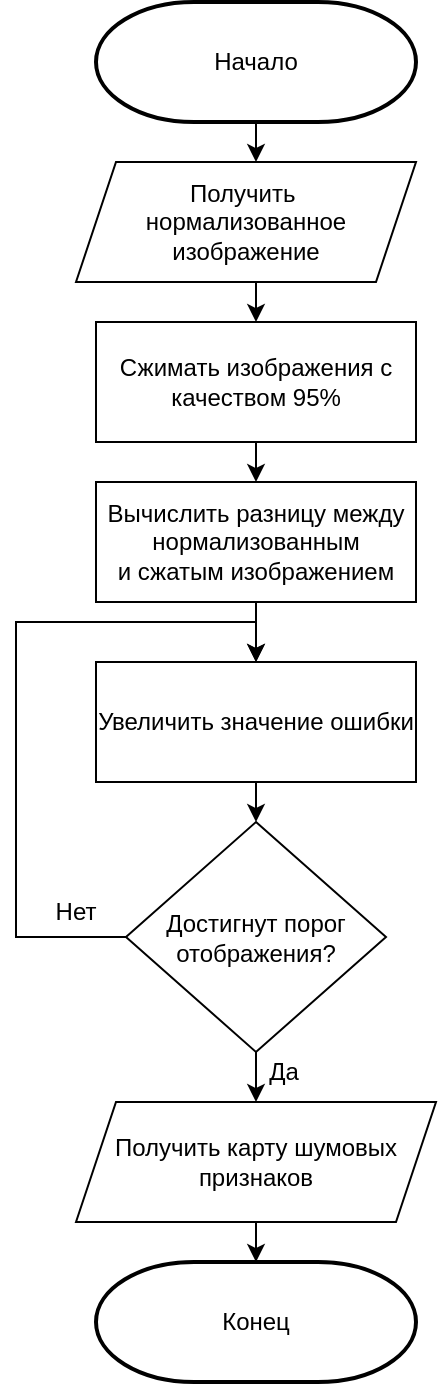
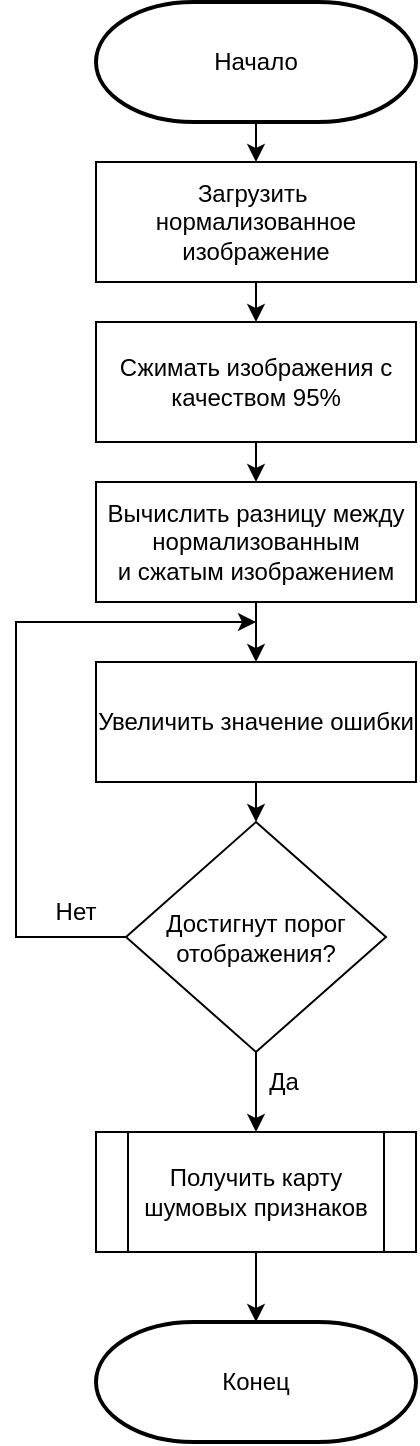
<mxfile host="app.diagrams.net" pages="8">
  <diagram name="Page-1" id="5f_jr6UWxS-_6FZO3qs_">
-     <mxGraphModel dx="930" dy="546" grid="1" gridSize="10" guides="1" tooltips="1" connect="1" arrows="1" fold="1" page="1" pageScale="1" pageWidth="827" pageHeight="1169" math="0" shadow="0">
+     <mxGraphModel dx="642" dy="377" grid="1" gridSize="10" guides="1" tooltips="1" connect="1" arrows="1" fold="1" page="1" pageScale="1" pageWidth="827" pageHeight="1169" math="0" shadow="0">
      <root>
        <mxCell id="0" />
        <mxCell id="1" parent="0" />
        <mxCell id="iaA5_6DPOr1e64id2T_v-5" edge="1" parent="1" source="iaA5_6DPOr1e64id2T_v-1" style="edgeStyle=orthogonalEdgeStyle;rounded=0;orthogonalLoop=1;jettySize=auto;html=1;exitX=0.5;exitY=1;exitDx=0;exitDy=0;exitPerimeter=0;entryX=0.5;entryY=0;entryDx=0;entryDy=0;">
          <mxGeometry relative="1" as="geometry">
            <mxPoint x="400" y="100" as="targetPoint" />
          </mxGeometry>
        </mxCell>
        <mxCell id="iaA5_6DPOr1e64id2T_v-1" parent="1" style="strokeWidth=2;html=1;shape=mxgraph.flowchart.terminator;whiteSpace=wrap;" value="Начало" vertex="1">
          <mxGeometry height="60" width="160" x="320" y="20" as="geometry" />
        </mxCell>
        <mxCell id="iaA5_6DPOr1e64id2T_v-2" parent="1" style="strokeWidth=2;html=1;shape=mxgraph.flowchart.terminator;whiteSpace=wrap;" value="Конец" vertex="1">
-           <mxGeometry height="60" width="160" x="320" y="650" as="geometry" />
+           <mxGeometry height="60" width="160" x="320" y="680" as="geometry" />
        </mxCell>
        <mxCell id="iaA5_6DPOr1e64id2T_v-11" edge="1" parent="1" style="edgeStyle=orthogonalEdgeStyle;rounded=0;orthogonalLoop=1;jettySize=auto;html=1;exitX=0.5;exitY=1;exitDx=0;exitDy=0;entryX=0.5;entryY=0;entryDx=0;entryDy=0;" target="iaA5_6DPOr1e64id2T_v-6">
          <mxGeometry relative="1" as="geometry">
            <mxPoint x="400" y="160" as="sourcePoint" />
          </mxGeometry>
        </mxCell>
        <mxCell id="iaA5_6DPOr1e64id2T_v-12" edge="1" parent="1" source="iaA5_6DPOr1e64id2T_v-6" style="edgeStyle=orthogonalEdgeStyle;rounded=0;orthogonalLoop=1;jettySize=auto;html=1;exitX=0.5;exitY=1;exitDx=0;exitDy=0;entryX=0.5;entryY=0;entryDx=0;entryDy=0;" target="iaA5_6DPOr1e64id2T_v-7">
          <mxGeometry relative="1" as="geometry" />
        </mxCell>
        <mxCell id="iaA5_6DPOr1e64id2T_v-6" parent="1" style="rounded=0;whiteSpace=wrap;html=1;" value="Сжимать изображения с качеством 95%" vertex="1">
          <mxGeometry height="60" width="160" x="320" y="180" as="geometry" />
        </mxCell>
        <mxCell id="iaA5_6DPOr1e64id2T_v-13" edge="1" parent="1" source="iaA5_6DPOr1e64id2T_v-7" style="edgeStyle=orthogonalEdgeStyle;rounded=0;orthogonalLoop=1;jettySize=auto;html=1;exitX=0.5;exitY=1;exitDx=0;exitDy=0;entryX=0.5;entryY=0;entryDx=0;entryDy=0;" target="iaA5_6DPOr1e64id2T_v-8">
          <mxGeometry relative="1" as="geometry" />
        </mxCell>
        <mxCell id="iaA5_6DPOr1e64id2T_v-7" parent="1" style="rounded=0;whiteSpace=wrap;html=1;" value="Вычислить разницу между нормализованным и&amp;nbsp;сжатым изображением" vertex="1">
          <mxGeometry height="60" width="160" x="320" y="260" as="geometry" />
        </mxCell>
        <mxCell id="iaA5_6DPOr1e64id2T_v-14" edge="1" parent="1" source="iaA5_6DPOr1e64id2T_v-8" style="edgeStyle=orthogonalEdgeStyle;rounded=0;orthogonalLoop=1;jettySize=auto;html=1;exitX=0.5;exitY=1;exitDx=0;exitDy=0;entryX=0.5;entryY=0;entryDx=0;entryDy=0;" target="iaA5_6DPOr1e64id2T_v-9">
          <mxGeometry relative="1" as="geometry" />
        </mxCell>
        <mxCell id="iaA5_6DPOr1e64id2T_v-8" parent="1" style="rounded=0;whiteSpace=wrap;html=1;" value="Увеличить значение ошибки" vertex="1">
          <mxGeometry height="60" width="160" x="320" y="350" as="geometry" />
        </mxCell>
-         <mxCell id="fFi83JusMAsFYEfJsfWx-3" edge="1" parent="1" source="iaA5_6DPOr1e64id2T_v-9" style="edgeStyle=orthogonalEdgeStyle;rounded=0;orthogonalLoop=1;jettySize=auto;html=1;exitX=0;exitY=0.5;exitDx=0;exitDy=0;entryX=0.5;entryY=0;entryDx=0;entryDy=0;" target="iaA5_6DPOr1e64id2T_v-8">
+         <mxCell id="fFi83JusMAsFYEfJsfWx-3" edge="1" parent="1" source="iaA5_6DPOr1e64id2T_v-9" style="edgeStyle=orthogonalEdgeStyle;rounded=0;orthogonalLoop=1;jettySize=auto;html=1;exitX=0;exitY=0.5;exitDx=0;exitDy=0;">
          <mxGeometry relative="1" as="geometry">
            <Array as="points">
              <mxPoint x="280" y="488" />
              <mxPoint x="280" y="330" />
              <mxPoint x="400" y="330" />
            </Array>
-           </mxGeometry>
-         </mxCell>
-         <mxCell id="_60QoEdE0RUo_zQ3NTjl-1" edge="1" parent="1" source="iaA5_6DPOr1e64id2T_v-9" style="edgeStyle=orthogonalEdgeStyle;rounded=0;orthogonalLoop=1;jettySize=auto;html=1;" target="fFi83JusMAsFYEfJsfWx-1" value="">
-           <mxGeometry relative="1" as="geometry" />
+             <mxPoint x="400" y="330" as="targetPoint" />
+           </mxGeometry>
+         </mxCell>
+         <mxCell id="_60QoEdE0RUo_zQ3NTjl-1" edge="1" parent="1" source="iaA5_6DPOr1e64id2T_v-9" style="edgeStyle=orthogonalEdgeStyle;rounded=0;orthogonalLoop=1;jettySize=auto;html=1;entryX=0.5;entryY=0;entryDx=0;entryDy=0;" target="MfZH6rPEgTCvWtTArBNZ-2" value="">
+           <mxGeometry relative="1" as="geometry">
+             <mxPoint x="400" y="570" as="targetPoint" />
+           </mxGeometry>
        </mxCell>
        <mxCell id="iaA5_6DPOr1e64id2T_v-9" parent="1" style="rhombus;whiteSpace=wrap;html=1;" value="Достигнут порог отображения?" vertex="1">
          <mxGeometry height="115" width="130" x="335" y="430" as="geometry" />
        </mxCell>
-         <mxCell id="iaA5_6DPOr1e64id2T_v-16" edge="1" parent="1" style="edgeStyle=orthogonalEdgeStyle;rounded=0;orthogonalLoop=1;jettySize=auto;html=1;exitX=0.5;exitY=1;exitDx=0;exitDy=0;entryX=0.5;entryY=0;entryDx=0;entryDy=0;entryPerimeter=0;" target="iaA5_6DPOr1e64id2T_v-2">
+         <mxCell id="iaA5_6DPOr1e64id2T_v-16" edge="1" parent="1" source="MfZH6rPEgTCvWtTArBNZ-2" style="edgeStyle=orthogonalEdgeStyle;rounded=0;orthogonalLoop=1;jettySize=auto;html=1;exitX=0.5;exitY=1;exitDx=0;exitDy=0;entryX=0.5;entryY=0;entryDx=0;entryDy=0;entryPerimeter=0;" target="iaA5_6DPOr1e64id2T_v-2">
          <mxGeometry relative="1" as="geometry">
            <mxPoint x="400" y="615" as="sourcePoint" />
          </mxGeometry>
        </mxCell>
-         <mxCell id="fFi83JusMAsFYEfJsfWx-1" parent="1" style="shape=parallelogram;perimeter=parallelogramPerimeter;whiteSpace=wrap;html=1;fixedSize=1;" value="Получить карту шумовых признаков" vertex="1">
-           <mxGeometry height="60" width="180" x="310" y="570" as="geometry" />
-         </mxCell>
-         <mxCell id="fFi83JusMAsFYEfJsfWx-2" parent="1" style="shape=parallelogram;perimeter=parallelogramPerimeter;whiteSpace=wrap;html=1;fixedSize=1;" value="Получить&amp;nbsp;&lt;div&gt;нормализованное изображение&lt;/div&gt;" vertex="1">
-           <mxGeometry height="60" width="170" x="310" y="100" as="geometry" />
-         </mxCell>
        <mxCell id="_60QoEdE0RUo_zQ3NTjl-2" parent="1" style="text;html=1;whiteSpace=wrap;strokeColor=none;fillColor=none;align=center;verticalAlign=middle;rounded=0;" value="Да" vertex="1">
-           <mxGeometry height="30" width="60" x="384" y="540" as="geometry" />
+           <mxGeometry height="30" width="60" x="384" y="545" as="geometry" />
        </mxCell>
        <mxCell id="_60QoEdE0RUo_zQ3NTjl-3" parent="1" style="text;html=1;whiteSpace=wrap;strokeColor=none;fillColor=none;align=center;verticalAlign=middle;rounded=0;" value="Нет" vertex="1">
          <mxGeometry height="30" width="60" x="280" y="460" as="geometry" />
+         </mxCell>
+         <mxCell id="MfZH6rPEgTCvWtTArBNZ-2" parent="1" style="shape=process;whiteSpace=wrap;html=1;backgroundOutline=1;" value="Получить карту шумовых признаков" vertex="1">
+           <mxGeometry height="60" width="160" x="320" y="585" as="geometry" />
+         </mxCell>
+         <mxCell id="MfZH6rPEgTCvWtTArBNZ-3" parent="1" style="rounded=0;whiteSpace=wrap;html=1;" value="&lt;div&gt;Загрузить&amp;nbsp;&lt;/div&gt;&lt;div&gt;нормализованное изображение&lt;/div&gt;" vertex="1">
+           <mxGeometry height="60" width="160" x="320" y="100" as="geometry" />
        </mxCell>
      </root>
    </mxGraphModel>
  </diagram>
  <diagram id="vBK4sfr0m_FmbmRXdi4s" name="Page-2">
    <mxGraphModel dx="2176" dy="791" grid="1" gridSize="10" guides="1" tooltips="1" connect="1" arrows="1" fold="1" page="1" pageScale="1" pageWidth="827" pageHeight="1169" math="0" shadow="0">
      <root>
        <mxCell id="0" />
        <mxCell id="1" parent="0" />
        <mxCell id="5En8AD1KOrPb9QO5nH8u-88" edge="1" parent="1" source="5En8AD1KOrPb9QO5nH8u-56" style="edgeStyle=orthogonalEdgeStyle;rounded=0;orthogonalLoop=1;jettySize=auto;html=1;exitX=1;exitY=0.5;exitDx=0;exitDy=0;entryX=0;entryY=0.5;entryDx=0;entryDy=0;fontFamily=Times New Roman;" target="5En8AD1KOrPb9QO5nH8u-63">
          <mxGeometry relative="1" as="geometry" />
        </mxCell>
        <mxCell id="5En8AD1KOrPb9QO5nH8u-56" parent="1" style="rounded=0;whiteSpace=wrap;html=1;fontFamily=Times New Roman;" value="Блок свертки и уменьшения размерности 1" vertex="1">
          <mxGeometry height="60" width="120" x="20" y="280" as="geometry" />
        </mxCell>
        <mxCell id="5En8AD1KOrPb9QO5nH8u-89" edge="1" parent="1" source="5En8AD1KOrPb9QO5nH8u-63" style="edgeStyle=orthogonalEdgeStyle;rounded=0;orthogonalLoop=1;jettySize=auto;html=1;exitX=1;exitY=0.5;exitDx=0;exitDy=0;fontFamily=Times New Roman;" target="5En8AD1KOrPb9QO5nH8u-64">
          <mxGeometry relative="1" as="geometry" />
        </mxCell>
        <mxCell id="5En8AD1KOrPb9QO5nH8u-63" parent="1" style="rounded=0;whiteSpace=wrap;html=1;fontFamily=Times New Roman;" value="Блок свертки и уменьшения размерности 2" vertex="1">
          <mxGeometry height="60" width="120" x="170" y="280" as="geometry" />
        </mxCell>
        <mxCell id="5En8AD1KOrPb9QO5nH8u-90" edge="1" parent="1" source="5En8AD1KOrPb9QO5nH8u-64" style="edgeStyle=orthogonalEdgeStyle;rounded=0;orthogonalLoop=1;jettySize=auto;html=1;exitX=1;exitY=0.5;exitDx=0;exitDy=0;entryX=0;entryY=0.5;entryDx=0;entryDy=0;fontFamily=Times New Roman;" target="5En8AD1KOrPb9QO5nH8u-65">
          <mxGeometry relative="1" as="geometry" />
        </mxCell>
        <mxCell id="5En8AD1KOrPb9QO5nH8u-64" parent="1" style="rounded=0;whiteSpace=wrap;html=1;fontFamily=Times New Roman;" value="Блок свертки и уменьшения размерности 3" vertex="1">
          <mxGeometry height="60" width="120" x="320" y="280" as="geometry" />
        </mxCell>
        <mxCell id="5En8AD1KOrPb9QO5nH8u-91" edge="1" parent="1" source="5En8AD1KOrPb9QO5nH8u-65" style="edgeStyle=orthogonalEdgeStyle;rounded=0;orthogonalLoop=1;jettySize=auto;html=1;exitX=1;exitY=0.5;exitDx=0;exitDy=0;entryX=0;entryY=0.5;entryDx=0;entryDy=0;fontFamily=Times New Roman;" target="5En8AD1KOrPb9QO5nH8u-71">
          <mxGeometry relative="1" as="geometry" />
        </mxCell>
        <mxCell id="5En8AD1KOrPb9QO5nH8u-65" parent="1" style="rounded=0;whiteSpace=wrap;html=1;fontFamily=Times New Roman;" value="Блок свертки и уменьшения размерности 4" vertex="1">
          <mxGeometry height="60" width="120" x="470" y="280" as="geometry" />
        </mxCell>
        <mxCell id="5En8AD1KOrPb9QO5nH8u-81" edge="1" parent="1" source="5En8AD1KOrPb9QO5nH8u-66" style="edgeStyle=orthogonalEdgeStyle;rounded=0;orthogonalLoop=1;jettySize=auto;html=1;exitX=1;exitY=0.5;exitDx=0;exitDy=0;entryX=0;entryY=0.5;entryDx=0;entryDy=0;fontFamily=Times New Roman;" target="5En8AD1KOrPb9QO5nH8u-67">
          <mxGeometry relative="1" as="geometry" />
        </mxCell>
        <mxCell id="5En8AD1KOrPb9QO5nH8u-85" edge="1" parent="1" source="5En8AD1KOrPb9QO5nH8u-66" style="edgeStyle=orthogonalEdgeStyle;rounded=0;orthogonalLoop=1;jettySize=auto;html=1;exitX=1;exitY=0.5;exitDx=0;exitDy=0;entryX=0.5;entryY=0;entryDx=0;entryDy=0;fontFamily=Times New Roman;" target="5En8AD1KOrPb9QO5nH8u-76">
          <mxGeometry relative="1" as="geometry">
            <Array as="points">
              <mxPoint x="150" y="100" />
            </Array>
          </mxGeometry>
        </mxCell>
        <mxCell id="5En8AD1KOrPb9QO5nH8u-66" parent="1" style="rounded=0;whiteSpace=wrap;html=1;fontFamily=Times New Roman;" value="Блок свертки и уменьшения размерности 1" vertex="1">
          <mxGeometry height="60" width="120" x="20" y="70" as="geometry" />
        </mxCell>
        <mxCell id="5En8AD1KOrPb9QO5nH8u-82" edge="1" parent="1" source="5En8AD1KOrPb9QO5nH8u-67" style="edgeStyle=orthogonalEdgeStyle;rounded=0;orthogonalLoop=1;jettySize=auto;html=1;exitX=1;exitY=0.5;exitDx=0;exitDy=0;entryX=0;entryY=0.5;entryDx=0;entryDy=0;fontFamily=Times New Roman;" target="5En8AD1KOrPb9QO5nH8u-68">
          <mxGeometry relative="1" as="geometry" />
        </mxCell>
        <mxCell id="5En8AD1KOrPb9QO5nH8u-86" edge="1" parent="1" source="5En8AD1KOrPb9QO5nH8u-67" style="edgeStyle=orthogonalEdgeStyle;rounded=0;orthogonalLoop=1;jettySize=auto;html=1;exitX=1;exitY=0.5;exitDx=0;exitDy=0;entryX=0.5;entryY=0;entryDx=0;entryDy=0;fontFamily=Times New Roman;" target="5En8AD1KOrPb9QO5nH8u-78">
          <mxGeometry relative="1" as="geometry">
            <Array as="points">
              <mxPoint x="300" y="100" />
            </Array>
          </mxGeometry>
        </mxCell>
        <mxCell id="5En8AD1KOrPb9QO5nH8u-67" parent="1" style="rounded=0;whiteSpace=wrap;html=1;fontFamily=Times New Roman;" value="Блок свертки и уменьшения размерности 2" vertex="1">
          <mxGeometry height="60" width="120" x="170" y="70" as="geometry" />
        </mxCell>
        <mxCell id="5En8AD1KOrPb9QO5nH8u-83" edge="1" parent="1" source="5En8AD1KOrPb9QO5nH8u-68" style="edgeStyle=orthogonalEdgeStyle;rounded=0;orthogonalLoop=1;jettySize=auto;html=1;exitX=1;exitY=0.5;exitDx=0;exitDy=0;entryX=0;entryY=0.5;entryDx=0;entryDy=0;fontFamily=Times New Roman;" target="5En8AD1KOrPb9QO5nH8u-69">
          <mxGeometry relative="1" as="geometry" />
        </mxCell>
        <mxCell id="5En8AD1KOrPb9QO5nH8u-87" edge="1" parent="1" source="5En8AD1KOrPb9QO5nH8u-68" style="edgeStyle=orthogonalEdgeStyle;rounded=0;orthogonalLoop=1;jettySize=auto;html=1;exitX=1;exitY=0.5;exitDx=0;exitDy=0;fontFamily=Times New Roman;" target="5En8AD1KOrPb9QO5nH8u-79">
          <mxGeometry relative="1" as="geometry">
            <Array as="points">
              <mxPoint x="450" y="100" />
            </Array>
          </mxGeometry>
        </mxCell>
        <mxCell id="5En8AD1KOrPb9QO5nH8u-68" parent="1" style="rounded=0;whiteSpace=wrap;html=1;fontFamily=Times New Roman;" value="Блок свертки и уменьшения размерности 3" vertex="1">
          <mxGeometry height="60" width="120" x="320" y="70" as="geometry" />
        </mxCell>
        <mxCell id="5En8AD1KOrPb9QO5nH8u-84" edge="1" parent="1" source="5En8AD1KOrPb9QO5nH8u-69" style="edgeStyle=orthogonalEdgeStyle;rounded=0;orthogonalLoop=1;jettySize=auto;html=1;exitX=1;exitY=0.5;exitDx=0;exitDy=0;entryX=0.5;entryY=0;entryDx=0;entryDy=0;fontFamily=Times New Roman;" target="5En8AD1KOrPb9QO5nH8u-80">
          <mxGeometry relative="1" as="geometry" />
        </mxCell>
        <mxCell id="5En8AD1KOrPb9QO5nH8u-69" parent="1" style="rounded=0;whiteSpace=wrap;html=1;fontFamily=Times New Roman;" value="Блок свертки и уменьшения размерности 4" vertex="1">
          <mxGeometry height="60" width="120" x="470" y="70" as="geometry" />
        </mxCell>
        <mxCell id="5En8AD1KOrPb9QO5nH8u-115" edge="1" parent="1" source="5En8AD1KOrPb9QO5nH8u-71" style="edgeStyle=orthogonalEdgeStyle;rounded=0;orthogonalLoop=1;jettySize=auto;html=1;exitX=1;exitY=0.5;exitDx=0;exitDy=0;entryX=1;entryY=0.5;entryDx=0;entryDy=0;" target="5En8AD1KOrPb9QO5nH8u-77">
          <mxGeometry relative="1" as="geometry" />
        </mxCell>
        <mxCell id="5En8AD1KOrPb9QO5nH8u-71" parent="1" style="rounded=0;whiteSpace=wrap;html=1;fontFamily=Times New Roman;" value="Блок свертки и увеличения размерности 1" vertex="1">
          <mxGeometry height="60" width="120" x="630" y="280" as="geometry" />
        </mxCell>
        <mxCell id="5En8AD1KOrPb9QO5nH8u-95" edge="1" parent="1" source="5En8AD1KOrPb9QO5nH8u-76" style="edgeStyle=orthogonalEdgeStyle;rounded=0;orthogonalLoop=1;jettySize=auto;html=1;exitX=0.5;exitY=1;exitDx=0;exitDy=0;entryX=0;entryY=0.5;entryDx=0;entryDy=0;fontFamily=Times New Roman;" target="5En8AD1KOrPb9QO5nH8u-63">
          <mxGeometry relative="1" as="geometry" />
        </mxCell>
        <mxCell id="5En8AD1KOrPb9QO5nH8u-76" parent="1" style="rounded=0;whiteSpace=wrap;html=1;fontFamily=Times New Roman;" value="Слой адаптации&amp;nbsp; признаков" vertex="1">
          <mxGeometry height="60" width="120" x="90" y="170" as="geometry" />
        </mxCell>
        <mxCell id="5En8AD1KOrPb9QO5nH8u-117" edge="1" parent="1" source="5En8AD1KOrPb9QO5nH8u-77" style="edgeStyle=orthogonalEdgeStyle;rounded=0;orthogonalLoop=1;jettySize=auto;html=1;exitX=0;exitY=0.5;exitDx=0;exitDy=0;entryX=1;entryY=0.5;entryDx=0;entryDy=0;" target="5En8AD1KOrPb9QO5nH8u-101">
          <mxGeometry relative="1" as="geometry" />
        </mxCell>
        <mxCell id="5En8AD1KOrPb9QO5nH8u-77" parent="1" style="rounded=0;whiteSpace=wrap;html=1;fontFamily=Times New Roman;" value="Слой внимания" vertex="1">
          <mxGeometry height="60" width="120" x="630" y="390" as="geometry" />
        </mxCell>
        <mxCell id="5En8AD1KOrPb9QO5nH8u-96" edge="1" parent="1" source="5En8AD1KOrPb9QO5nH8u-78" style="edgeStyle=orthogonalEdgeStyle;rounded=0;orthogonalLoop=1;jettySize=auto;html=1;exitX=0.5;exitY=1;exitDx=0;exitDy=0;entryX=0;entryY=0.5;entryDx=0;entryDy=0;fontFamily=Times New Roman;" target="5En8AD1KOrPb9QO5nH8u-64">
          <mxGeometry relative="1" as="geometry" />
        </mxCell>
        <mxCell id="5En8AD1KOrPb9QO5nH8u-78" parent="1" style="rounded=0;whiteSpace=wrap;html=1;fontFamily=Times New Roman;" value="Слой адаптации&amp;nbsp; признаков" vertex="1">
          <mxGeometry height="60" width="120" x="240" y="170" as="geometry" />
        </mxCell>
        <mxCell id="5En8AD1KOrPb9QO5nH8u-97" edge="1" parent="1" source="5En8AD1KOrPb9QO5nH8u-79" style="edgeStyle=orthogonalEdgeStyle;rounded=0;orthogonalLoop=1;jettySize=auto;html=1;exitX=0.5;exitY=1;exitDx=0;exitDy=0;entryX=0;entryY=0.5;entryDx=0;entryDy=0;fontFamily=Times New Roman;" target="5En8AD1KOrPb9QO5nH8u-65">
          <mxGeometry relative="1" as="geometry" />
        </mxCell>
        <mxCell id="5En8AD1KOrPb9QO5nH8u-79" parent="1" style="rounded=0;whiteSpace=wrap;html=1;fontFamily=Times New Roman;" value="Слой адаптации&amp;nbsp; признаков" vertex="1">
          <mxGeometry height="60" width="120" x="390" y="170" as="geometry" />
        </mxCell>
        <mxCell id="5En8AD1KOrPb9QO5nH8u-98" edge="1" parent="1" source="5En8AD1KOrPb9QO5nH8u-80" style="edgeStyle=orthogonalEdgeStyle;rounded=0;orthogonalLoop=1;jettySize=auto;html=1;exitX=0.5;exitY=1;exitDx=0;exitDy=0;entryX=0;entryY=0.5;entryDx=0;entryDy=0;fontFamily=Times New Roman;" target="5En8AD1KOrPb9QO5nH8u-71">
          <mxGeometry relative="1" as="geometry" />
        </mxCell>
        <mxCell id="5En8AD1KOrPb9QO5nH8u-80" parent="1" style="rounded=0;whiteSpace=wrap;html=1;fontFamily=Times New Roman;" value="Слой адаптации&amp;nbsp; признаков" vertex="1">
          <mxGeometry height="60" width="120" x="550" y="170" as="geometry" />
        </mxCell>
        <mxCell id="5En8AD1KOrPb9QO5nH8u-118" edge="1" parent="1" source="5En8AD1KOrPb9QO5nH8u-101" style="edgeStyle=orthogonalEdgeStyle;rounded=0;orthogonalLoop=1;jettySize=auto;html=1;exitX=0;exitY=0.5;exitDx=0;exitDy=0;entryX=1;entryY=0.5;entryDx=0;entryDy=0;" target="5En8AD1KOrPb9QO5nH8u-102">
          <mxGeometry relative="1" as="geometry" />
        </mxCell>
        <mxCell id="5En8AD1KOrPb9QO5nH8u-101" parent="1" style="rounded=0;whiteSpace=wrap;html=1;fontFamily=Times New Roman;" value="Блок свертки и увеличения размерности 2" vertex="1">
          <mxGeometry height="60" width="120" x="470" y="390" as="geometry" />
        </mxCell>
        <mxCell id="5En8AD1KOrPb9QO5nH8u-119" edge="1" parent="1" source="5En8AD1KOrPb9QO5nH8u-102" style="edgeStyle=orthogonalEdgeStyle;rounded=0;orthogonalLoop=1;jettySize=auto;html=1;exitX=0;exitY=0.5;exitDx=0;exitDy=0;entryX=1;entryY=0.5;entryDx=0;entryDy=0;" target="5En8AD1KOrPb9QO5nH8u-107">
          <mxGeometry relative="1" as="geometry" />
        </mxCell>
        <mxCell id="5En8AD1KOrPb9QO5nH8u-102" parent="1" style="rounded=0;whiteSpace=wrap;html=1;fontFamily=Times New Roman;" value="Слой внимания" vertex="1">
          <mxGeometry height="60" width="120" x="320" y="390" as="geometry" />
        </mxCell>
        <mxCell id="5En8AD1KOrPb9QO5nH8u-104" parent="1" style="rounded=0;whiteSpace=wrap;html=1;fontFamily=Times New Roman;" value="Блок свертки и увеличения размерности 4" vertex="1">
          <mxGeometry height="60" width="120" x="-130" y="390" as="geometry" />
        </mxCell>
        <mxCell id="5En8AD1KOrPb9QO5nH8u-120" edge="1" parent="1" source="5En8AD1KOrPb9QO5nH8u-107" style="edgeStyle=orthogonalEdgeStyle;rounded=0;orthogonalLoop=1;jettySize=auto;html=1;exitX=0;exitY=0.5;exitDx=0;exitDy=0;entryX=1;entryY=0.5;entryDx=0;entryDy=0;" target="5En8AD1KOrPb9QO5nH8u-108">
          <mxGeometry relative="1" as="geometry" />
        </mxCell>
        <mxCell id="5En8AD1KOrPb9QO5nH8u-107" parent="1" style="rounded=0;whiteSpace=wrap;html=1;fontFamily=Times New Roman;" value="Блок свертки и увеличения размерности 3" vertex="1">
          <mxGeometry height="60" width="120" x="170" y="390" as="geometry" />
        </mxCell>
        <mxCell id="5En8AD1KOrPb9QO5nH8u-121" edge="1" parent="1" source="5En8AD1KOrPb9QO5nH8u-108" style="edgeStyle=orthogonalEdgeStyle;rounded=0;orthogonalLoop=1;jettySize=auto;html=1;exitX=0;exitY=0.5;exitDx=0;exitDy=0;entryX=1;entryY=0.5;entryDx=0;entryDy=0;" target="5En8AD1KOrPb9QO5nH8u-104">
          <mxGeometry relative="1" as="geometry" />
        </mxCell>
        <mxCell id="5En8AD1KOrPb9QO5nH8u-108" parent="1" style="rounded=0;whiteSpace=wrap;html=1;fontFamily=Times New Roman;" value="Слой внимания" vertex="1">
          <mxGeometry height="60" width="120" x="20" y="390" as="geometry" />
        </mxCell>
        <mxCell id="5En8AD1KOrPb9QO5nH8u-114" edge="1" parent="1" source="5En8AD1KOrPb9QO5nH8u-112" style="edgeStyle=orthogonalEdgeStyle;rounded=0;orthogonalLoop=1;jettySize=auto;html=1;exitX=1;exitY=0.5;exitDx=0;exitDy=0;entryX=0;entryY=0.5;entryDx=0;entryDy=0;fontFamily=Times New Roman;" target="5En8AD1KOrPb9QO5nH8u-66">
          <mxGeometry relative="1" as="geometry" />
        </mxCell>
        <mxCell id="5En8AD1KOrPb9QO5nH8u-112" parent="1" style="rounded=0;whiteSpace=wrap;html=1;fontFamily=Times New Roman;" value="Карта шумовых признаков" vertex="1">
          <mxGeometry height="60" width="120" x="-130" y="70" as="geometry" />
        </mxCell>
        <mxCell id="5En8AD1KOrPb9QO5nH8u-122" edge="1" parent="1" source="5En8AD1KOrPb9QO5nH8u-113" style="edgeStyle=orthogonalEdgeStyle;rounded=0;orthogonalLoop=1;jettySize=auto;html=1;exitX=1;exitY=0.5;exitDx=0;exitDy=0;entryX=0;entryY=0.5;entryDx=0;entryDy=0;" target="5En8AD1KOrPb9QO5nH8u-56">
          <mxGeometry relative="1" as="geometry" />
        </mxCell>
        <mxCell id="5En8AD1KOrPb9QO5nH8u-113" parent="1" style="rounded=0;whiteSpace=wrap;html=1;fontFamily=Times New Roman;" value="&lt;font&gt;Нормализованное изображение&lt;/font&gt;" vertex="1">
          <mxGeometry height="60" width="120" x="-130" y="280" as="geometry" />
        </mxCell>
      </root>
    </mxGraphModel>
  </diagram>
  <diagram id="dG1jrrxaN2A1gfcEhgiB" name="Page-3">
    <mxGraphModel dx="1349" dy="791" grid="1" gridSize="10" guides="1" tooltips="1" connect="1" arrows="1" fold="1" page="1" pageScale="1" pageWidth="827" pageHeight="1169" math="0" shadow="0">
      <root>
        <mxCell id="0" />
        <mxCell id="1" parent="0" />
        <mxCell id="o_qyWmwgwMEGPiieuGuZ-1" edge="1" parent="1" source="hzz-tcN2lzBQxe9KuyDl-1" style="edgeStyle=orthogonalEdgeStyle;rounded=0;orthogonalLoop=1;jettySize=auto;html=1;exitX=0.5;exitY=1;exitDx=0;exitDy=0;entryX=0.5;entryY=0;entryDx=0;entryDy=0;" target="hzz-tcN2lzBQxe9KuyDl-2">
          <mxGeometry relative="1" as="geometry" />
        </mxCell>
        <mxCell id="hzz-tcN2lzBQxe9KuyDl-1" parent="1" style="rounded=0;whiteSpace=wrap;html=1;fontFamily=Times New Roman;" value="Слой сверки" vertex="1">
          <mxGeometry height="60" width="120" x="100" y="160" as="geometry" />
        </mxCell>
        <mxCell id="o_qyWmwgwMEGPiieuGuZ-2" edge="1" parent="1" source="hzz-tcN2lzBQxe9KuyDl-2" style="edgeStyle=orthogonalEdgeStyle;rounded=0;orthogonalLoop=1;jettySize=auto;html=1;exitX=0.5;exitY=1;exitDx=0;exitDy=0;entryX=0.5;entryY=0;entryDx=0;entryDy=0;" target="hzz-tcN2lzBQxe9KuyDl-3">
          <mxGeometry relative="1" as="geometry" />
        </mxCell>
        <mxCell id="hzz-tcN2lzBQxe9KuyDl-2" parent="1" style="rounded=0;whiteSpace=wrap;html=1;fontFamily=Times New Roman;" value="Слой нормализации" vertex="1">
          <mxGeometry height="60" width="120" x="100" y="250" as="geometry" />
        </mxCell>
        <mxCell id="hzz-tcN2lzBQxe9KuyDl-3" parent="1" style="rounded=0;whiteSpace=wrap;html=1;fontFamily=Times New Roman;" value="Слой ReLU" vertex="1">
          <mxGeometry height="60" width="120" x="100" y="340" as="geometry" />
        </mxCell>
      </root>
    </mxGraphModel>
  </diagram>
  <diagram id="mq507-jpx9ZyFZJN3EKq" name="Page-4">
    <mxGraphModel dx="1349" dy="791" grid="1" gridSize="10" guides="1" tooltips="1" connect="1" arrows="1" fold="1" page="1" pageScale="1" pageWidth="827" pageHeight="1169" math="0" shadow="0">
      <root>
        <mxCell id="0" />
        <mxCell id="1" parent="0" />
        <mxCell id="TZHakx-o-ntEvom0SSXh-1" edge="1" parent="1" source="O1TxpvQs4nKPBtjU-Hzh-2" style="edgeStyle=orthogonalEdgeStyle;rounded=0;orthogonalLoop=1;jettySize=auto;html=1;exitX=0.5;exitY=1;exitDx=0;exitDy=0;entryX=0.5;entryY=0;entryDx=0;entryDy=0;" target="O1TxpvQs4nKPBtjU-Hzh-4">
          <mxGeometry relative="1" as="geometry" />
        </mxCell>
        <mxCell id="O1TxpvQs4nKPBtjU-Hzh-2" parent="1" style="rounded=0;whiteSpace=wrap;html=1;fontFamily=Times New Roman;" value="Слой сверки" vertex="1">
          <mxGeometry height="60" width="120" x="90" y="170" as="geometry" />
        </mxCell>
        <mxCell id="TZHakx-o-ntEvom0SSXh-2" edge="1" parent="1" source="O1TxpvQs4nKPBtjU-Hzh-4" style="edgeStyle=orthogonalEdgeStyle;rounded=0;orthogonalLoop=1;jettySize=auto;html=1;exitX=0.5;exitY=1;exitDx=0;exitDy=0;entryX=0.5;entryY=0;entryDx=0;entryDy=0;" target="O1TxpvQs4nKPBtjU-Hzh-6">
          <mxGeometry relative="1" as="geometry" />
        </mxCell>
        <mxCell id="O1TxpvQs4nKPBtjU-Hzh-4" parent="1" style="rounded=0;whiteSpace=wrap;html=1;fontFamily=Times New Roman;" value="Слой нормализации" vertex="1">
          <mxGeometry height="60" width="120" x="90" y="260" as="geometry" />
        </mxCell>
        <mxCell id="TZHakx-o-ntEvom0SSXh-3" edge="1" parent="1" source="O1TxpvQs4nKPBtjU-Hzh-6" style="edgeStyle=orthogonalEdgeStyle;rounded=0;orthogonalLoop=1;jettySize=auto;html=1;exitX=0.5;exitY=1;exitDx=0;exitDy=0;entryX=0.5;entryY=0;entryDx=0;entryDy=0;" target="O1TxpvQs4nKPBtjU-Hzh-7">
          <mxGeometry relative="1" as="geometry" />
        </mxCell>
        <mxCell id="O1TxpvQs4nKPBtjU-Hzh-6" parent="1" style="rounded=0;whiteSpace=wrap;html=1;fontFamily=Times New Roman;" value="Слой ReLU" vertex="1">
          <mxGeometry height="60" width="120" x="90" y="350" as="geometry" />
        </mxCell>
        <mxCell id="O1TxpvQs4nKPBtjU-Hzh-7" parent="1" style="rounded=0;whiteSpace=wrap;html=1;fontFamily=Times New Roman;" value="Слои увеличения размерности" vertex="1">
          <mxGeometry height="60" width="120" x="90" y="440" as="geometry" />
        </mxCell>
      </root>
    </mxGraphModel>
  </diagram>
  <diagram id="cqXebNoClnJQszQjGE8H" name="Page-5">
    <mxGraphModel dx="1349" dy="791" grid="1" gridSize="10" guides="1" tooltips="1" connect="1" arrows="1" fold="1" page="1" pageScale="1" pageWidth="827" pageHeight="1169" math="0" shadow="0">
      <root>
        <mxCell id="0" />
        <mxCell id="1" parent="0" />
        <mxCell id="mnYN3H2kunmzv5OjwXdr-5" edge="1" parent="1" source="mnYN3H2kunmzv5OjwXdr-1" style="edgeStyle=orthogonalEdgeStyle;rounded=0;orthogonalLoop=1;jettySize=auto;html=1;exitX=0.5;exitY=1;exitDx=0;exitDy=0;entryX=0.5;entryY=0;entryDx=0;entryDy=0;fontFamily=Times New Roman;" target="mnYN3H2kunmzv5OjwXdr-2">
          <mxGeometry relative="1" as="geometry" />
        </mxCell>
-         <mxCell id="mnYN3H2kunmzv5OjwXdr-8" edge="1" parent="1" source="mnYN3H2kunmzv5OjwXdr-1" style="edgeStyle=orthogonalEdgeStyle;rounded=0;orthogonalLoop=1;jettySize=auto;html=1;exitX=0.5;exitY=1;exitDx=0;exitDy=0;entryX=0.5;entryY=0;entryDx=0;entryDy=0;" target="mnYN3H2kunmzv5OjwXdr-3">
+         <mxCell id="mnYN3H2kunmzv5OjwXdr-8" edge="1" parent="1" source="mnYN3H2kunmzv5OjwXdr-1" style="edgeStyle=orthogonalEdgeStyle;rounded=0;orthogonalLoop=1;jettySize=auto;html=1;exitX=0.5;exitY=1;exitDx=0;exitDy=0;">
          <mxGeometry relative="1" as="geometry">
            <Array as="points">
              <mxPoint x="170" y="190" />
              <mxPoint x="250" y="190" />
              <mxPoint x="250" y="300" />
              <mxPoint x="170" y="300" />
            </Array>
+             <mxPoint x="170" y="300" as="targetPoint" />
          </mxGeometry>
        </mxCell>
        <mxCell id="mnYN3H2kunmzv5OjwXdr-1" parent="1" style="rounded=0;whiteSpace=wrap;html=1;fontFamily=Times New Roman;" value="Входные" vertex="1">
          <mxGeometry height="60" width="120" x="110" y="110" as="geometry" />
        </mxCell>
        <mxCell id="mnYN3H2kunmzv5OjwXdr-6" edge="1" parent="1" source="mnYN3H2kunmzv5OjwXdr-2" style="edgeStyle=orthogonalEdgeStyle;rounded=0;orthogonalLoop=1;jettySize=auto;html=1;exitX=0.5;exitY=1;exitDx=0;exitDy=0;entryX=0.5;entryY=0;entryDx=0;entryDy=0;fontFamily=Times New Roman;" target="mnYN3H2kunmzv5OjwXdr-3">
          <mxGeometry relative="1" as="geometry" />
        </mxCell>
        <mxCell id="mnYN3H2kunmzv5OjwXdr-2" parent="1" style="rounded=0;whiteSpace=wrap;html=1;fontFamily=Times New Roman;" value="Сверки и ReLU" vertex="1">
          <mxGeometry height="60" width="120" x="110" y="220" as="geometry" />
        </mxCell>
        <mxCell id="mnYN3H2kunmzv5OjwXdr-7" edge="1" parent="1" source="mnYN3H2kunmzv5OjwXdr-3" style="edgeStyle=orthogonalEdgeStyle;rounded=0;orthogonalLoop=1;jettySize=auto;html=1;exitX=0.5;exitY=1;exitDx=0;exitDy=0;fontFamily=Times New Roman;" target="mnYN3H2kunmzv5OjwXdr-4">
          <mxGeometry relative="1" as="geometry" />
        </mxCell>
        <mxCell id="mnYN3H2kunmzv5OjwXdr-3" parent="1" style="rounded=0;whiteSpace=wrap;html=1;fontFamily=Times New Roman;" value="Суммирование" vertex="1">
          <mxGeometry height="60" width="120" x="110" y="330" as="geometry" />
        </mxCell>
        <mxCell id="mnYN3H2kunmzv5OjwXdr-4" parent="1" style="rounded=0;whiteSpace=wrap;html=1;fontFamily=Times New Roman;" value="Выходные" vertex="1">
          <mxGeometry height="60" width="120" x="110" y="440" as="geometry" />
        </mxCell>
      </root>
    </mxGraphModel>
  </diagram>
  <diagram id="cUkoDghj4SZj5bQy2U-o" name="Page-6">
-     <mxGraphModel dx="1349" dy="791" grid="1" gridSize="10" guides="1" tooltips="1" connect="1" arrows="1" fold="1" page="1" pageScale="1" pageWidth="827" pageHeight="1169" math="0" shadow="0">
+     <mxGraphModel dx="1124" dy="659" grid="1" gridSize="10" guides="1" tooltips="1" connect="1" arrows="1" fold="1" page="1" pageScale="1" pageWidth="827" pageHeight="1169" math="0" shadow="0">
      <root>
        <mxCell id="0" />
        <mxCell id="1" parent="0" />
        <mxCell id="D4vpctv4crs-DTvOOlC4-1" edge="1" parent="1" source="xvzpXfHp3fzpZcdo6WXA-1" style="edgeStyle=orthogonalEdgeStyle;rounded=0;orthogonalLoop=1;jettySize=auto;html=1;exitX=0.5;exitY=1;exitDx=0;exitDy=0;entryX=0.5;entryY=0;entryDx=0;entryDy=0;" target="xvzpXfHp3fzpZcdo6WXA-8">
          <mxGeometry relative="1" as="geometry" />
        </mxCell>
        <mxCell id="za12hYz4z_XyXEl2o-Se-1" edge="1" parent="1" source="xvzpXfHp3fzpZcdo6WXA-1" style="edgeStyle=orthogonalEdgeStyle;rounded=0;orthogonalLoop=1;jettySize=auto;html=1;exitX=0.5;exitY=1;exitDx=0;exitDy=0;entryX=0.5;entryY=0;entryDx=0;entryDy=0;" target="xvzpXfHp3fzpZcdo6WXA-2">
          <mxGeometry relative="1" as="geometry">
            <Array as="points">
              <mxPoint x="75" y="160" />
              <mxPoint x="270" y="160" />
            </Array>
          </mxGeometry>
        </mxCell>
        <mxCell id="xvzpXfHp3fzpZcdo6WXA-1" parent="1" style="rounded=0;whiteSpace=wrap;html=1;fontFamily=Times New Roman;fillColor=none;" value="Входные" vertex="1">
          <mxGeometry height="60" width="130" x="10" y="90" as="geometry" />
        </mxCell>
        <mxCell id="xvzpXfHp3fzpZcdo6WXA-12" edge="1" parent="1" source="xvzpXfHp3fzpZcdo6WXA-2" style="edgeStyle=orthogonalEdgeStyle;rounded=0;orthogonalLoop=1;jettySize=auto;html=1;exitX=0.5;exitY=1;exitDx=0;exitDy=0;entryX=0.5;entryY=0;entryDx=0;entryDy=0;" target="xvzpXfHp3fzpZcdo6WXA-3">
          <mxGeometry relative="1" as="geometry" />
        </mxCell>
        <mxCell id="xvzpXfHp3fzpZcdo6WXA-2" parent="1" style="rounded=0;whiteSpace=wrap;html=1;fontFamily=Times New Roman;fillColor=none;" value="Глобальный пуллинг" vertex="1">
          <mxGeometry height="60" width="120" x="210" y="180" as="geometry" />
        </mxCell>
        <mxCell id="xvzpXfHp3fzpZcdo6WXA-18" edge="1" parent="1" source="xvzpXfHp3fzpZcdo6WXA-3" style="edgeStyle=orthogonalEdgeStyle;rounded=0;orthogonalLoop=1;jettySize=auto;html=1;exitX=0.5;exitY=1;exitDx=0;exitDy=0;entryX=0.5;entryY=0;entryDx=0;entryDy=0;" target="xvzpXfHp3fzpZcdo6WXA-4">
          <mxGeometry relative="1" as="geometry" />
        </mxCell>
        <mxCell id="xvzpXfHp3fzpZcdo6WXA-3" parent="1" style="rounded=0;whiteSpace=wrap;html=1;fontFamily=Times New Roman;fillColor=none;" value="Полносвязный слой" vertex="1">
          <mxGeometry height="60" width="120" x="210" y="260" as="geometry" />
        </mxCell>
        <mxCell id="xvzpXfHp3fzpZcdo6WXA-17" edge="1" parent="1" source="xvzpXfHp3fzpZcdo6WXA-4" style="edgeStyle=orthogonalEdgeStyle;rounded=0;orthogonalLoop=1;jettySize=auto;html=1;exitX=0.5;exitY=1;exitDx=0;exitDy=0;entryX=0.5;entryY=0;entryDx=0;entryDy=0;" target="xvzpXfHp3fzpZcdo6WXA-5">
          <mxGeometry relative="1" as="geometry" />
        </mxCell>
        <mxCell id="xvzpXfHp3fzpZcdo6WXA-4" parent="1" style="rounded=0;whiteSpace=wrap;html=1;fontFamily=Times New Roman;fillColor=none;" value="ReLU" vertex="1">
          <mxGeometry height="60" width="120" x="210" y="340" as="geometry" />
        </mxCell>
        <mxCell id="xvzpXfHp3fzpZcdo6WXA-16" edge="1" parent="1" source="xvzpXfHp3fzpZcdo6WXA-5" style="edgeStyle=orthogonalEdgeStyle;rounded=0;orthogonalLoop=1;jettySize=auto;html=1;exitX=0.5;exitY=1;exitDx=0;exitDy=0;entryX=0.5;entryY=0;entryDx=0;entryDy=0;" target="xvzpXfHp3fzpZcdo6WXA-6">
          <mxGeometry relative="1" as="geometry" />
        </mxCell>
        <mxCell id="xvzpXfHp3fzpZcdo6WXA-5" parent="1" style="rounded=0;whiteSpace=wrap;html=1;fontFamily=Times New Roman;fillColor=none;" value="Полносвязный слой" vertex="1">
          <mxGeometry height="60" width="120" x="210" y="420" as="geometry" />
        </mxCell>
-         <mxCell id="za12hYz4z_XyXEl2o-Se-2" edge="1" parent="1" source="xvzpXfHp3fzpZcdo6WXA-6" style="edgeStyle=orthogonalEdgeStyle;rounded=0;orthogonalLoop=1;jettySize=auto;html=1;exitX=0.5;exitY=1;exitDx=0;exitDy=0;entryX=0.5;entryY=0;entryDx=0;entryDy=0;" target="xvzpXfHp3fzpZcdo6WXA-8">
-           <mxGeometry relative="1" as="geometry" />
+         <mxCell id="za12hYz4z_XyXEl2o-Se-2" edge="1" parent="1" source="xvzpXfHp3fzpZcdo6WXA-6" style="edgeStyle=orthogonalEdgeStyle;rounded=0;orthogonalLoop=1;jettySize=auto;html=1;exitX=0.5;exitY=1;exitDx=0;exitDy=0;">
+           <mxGeometry relative="1" as="geometry">
+             <Array as="points">
+               <mxPoint x="270" y="570" />
+               <mxPoint x="170" y="570" />
+               <mxPoint x="170" y="390" />
+             </Array>
+             <mxPoint x="77" y="390" as="targetPoint" />
+           </mxGeometry>
        </mxCell>
        <mxCell id="xvzpXfHp3fzpZcdo6WXA-6" parent="1" style="rounded=0;whiteSpace=wrap;html=1;fontFamily=Times New Roman;fillColor=none;" value="&lt;div style=&quot;text-align: start;&quot;&gt;Sigmoid&lt;/div&gt;" vertex="1">
          <mxGeometry height="60" width="120" x="210" y="500" as="geometry" />
        </mxCell>
        <mxCell id="xvzpXfHp3fzpZcdo6WXA-14" edge="1" parent="1" source="xvzpXfHp3fzpZcdo6WXA-8" style="edgeStyle=orthogonalEdgeStyle;rounded=0;orthogonalLoop=1;jettySize=auto;html=1;exitX=0.5;exitY=1;exitDx=0;exitDy=0;entryX=0.5;entryY=0;entryDx=0;entryDy=0;" target="xvzpXfHp3fzpZcdo6WXA-9">
          <mxGeometry relative="1" as="geometry" />
        </mxCell>
        <mxCell id="xvzpXfHp3fzpZcdo6WXA-8" parent="1" style="rounded=0;whiteSpace=wrap;html=1;fontFamily=Times New Roman;fillColor=none;" value="Масштабирование" vertex="1">
          <mxGeometry height="60" width="120" x="15" y="430" as="geometry" />
        </mxCell>
        <mxCell id="xvzpXfHp3fzpZcdo6WXA-9" parent="1" style="rounded=0;whiteSpace=wrap;html=1;fontFamily=Times New Roman;fillColor=none;" value="Выходные" vertex="1">
          <mxGeometry height="60" width="120" x="10" y="510" as="geometry" />
        </mxCell>
      </root>
    </mxGraphModel>
  </diagram>
  <diagram id="pmX0nyb4l9BtbDB-tgw6" name="Page-7">
    <mxGraphModel dx="1349" dy="791" grid="1" gridSize="10" guides="1" tooltips="1" connect="1" arrows="1" fold="1" page="1" pageScale="1" pageWidth="827" pageHeight="1169" math="0" shadow="0">
      <root>
        <mxCell id="0" />
        <mxCell id="1" parent="0" />
        <mxCell id="oFjHocYzsXXTZ_MfrEBI-5" edge="1" parent="1" source="oFjHocYzsXXTZ_MfrEBI-1" style="edgeStyle=orthogonalEdgeStyle;rounded=0;orthogonalLoop=1;jettySize=auto;html=1;exitX=0.5;exitY=1;exitDx=0;exitDy=0;entryX=0.5;entryY=0;entryDx=0;entryDy=0;" target="oFjHocYzsXXTZ_MfrEBI-2">
          <mxGeometry relative="1" as="geometry" />
        </mxCell>
        <mxCell id="oFjHocYzsXXTZ_MfrEBI-1" parent="1" style="shape=module;align=left;spacingLeft=20;align=center;verticalAlign=top;whiteSpace=wrap;html=1;" value="&lt;div&gt;&lt;br&gt;&lt;/div&gt;Модуль пользователского&lt;div&gt;&amp;nbsp;&lt;span style=&quot;background-color: transparent; color: light-dark(rgb(0, 0, 0), rgb(255, 255, 255));&quot;&gt;интерфейса&lt;/span&gt;&lt;/div&gt;" vertex="1">
          <mxGeometry height="70" width="190" x="216.25" y="160" as="geometry" />
        </mxCell>
        <mxCell id="oFjHocYzsXXTZ_MfrEBI-6" edge="1" parent="1" source="oFjHocYzsXXTZ_MfrEBI-2" style="edgeStyle=orthogonalEdgeStyle;rounded=0;orthogonalLoop=1;jettySize=auto;html=1;exitX=0.5;exitY=1;exitDx=0;exitDy=0;entryX=0.5;entryY=0;entryDx=0;entryDy=0;" target="oFjHocYzsXXTZ_MfrEBI-3">
          <mxGeometry relative="1" as="geometry" />
        </mxCell>
        <mxCell id="oFjHocYzsXXTZ_MfrEBI-7" edge="1" parent="1" source="oFjHocYzsXXTZ_MfrEBI-2" style="edgeStyle=orthogonalEdgeStyle;rounded=0;orthogonalLoop=1;jettySize=auto;html=1;exitX=0.5;exitY=1;exitDx=0;exitDy=0;entryX=0.5;entryY=0;entryDx=0;entryDy=0;" target="oFjHocYzsXXTZ_MfrEBI-4">
          <mxGeometry relative="1" as="geometry" />
        </mxCell>
        <mxCell id="oFjHocYzsXXTZ_MfrEBI-2" parent="1" style="shape=module;align=left;spacingLeft=20;align=center;verticalAlign=top;whiteSpace=wrap;html=1;" value="Модуль обнаружения&amp;nbsp;&lt;br/&gt;&lt;span class=&quot;fontstyle0&quot;&gt;фальсифицированного фрагмента&lt;/span&gt;" vertex="1">
          <mxGeometry height="60" width="182.5" x="220" y="280" as="geometry" />
        </mxCell>
        <mxCell id="oFjHocYzsXXTZ_MfrEBI-3" parent="1" style="shape=module;align=left;spacingLeft=20;align=center;verticalAlign=top;whiteSpace=wrap;html=1;" value="&lt;div&gt;&lt;br&gt;&lt;/div&gt;Модуль сохранения и загрузки модели" vertex="1">
          <mxGeometry height="60" width="182.5" x="100" y="390" as="geometry" />
        </mxCell>
        <mxCell id="oFjHocYzsXXTZ_MfrEBI-4" parent="1" style="shape=module;align=left;spacingLeft=20;align=center;verticalAlign=top;whiteSpace=wrap;html=1;" value="&lt;div&gt;&lt;br&gt;&lt;/div&gt;Модуль предобработки изображения" vertex="1">
          <mxGeometry height="60" width="182.5" x="340" y="390" as="geometry" />
        </mxCell>
      </root>
    </mxGraphModel>
  </diagram>
  <diagram id="dR8yqoCoaHs0S5KFE9N_" name="Page-8">
    <mxGraphModel dx="1349" dy="791" grid="1" gridSize="10" guides="1" tooltips="1" connect="1" arrows="1" fold="1" page="1" pageScale="1" pageWidth="827" pageHeight="1169" math="0" shadow="0">
      <root>
        <mxCell id="0" />
        <mxCell id="1" parent="0" />
        <mxCell id="8daXr4uBHaKk01EAT18p-33" edge="1" parent="1" source="8daXr4uBHaKk01EAT18p-1" style="edgeStyle=orthogonalEdgeStyle;rounded=0;orthogonalLoop=1;jettySize=auto;html=1;curved=0;endArrow=classicThin;endFill=1;" target="8daXr4uBHaKk01EAT18p-2" value="">
          <mxGeometry relative="1" as="geometry" />
        </mxCell>
        <mxCell id="8daXr4uBHaKk01EAT18p-1" parent="1" style="html=1;points=[[0,0,0,0,5],[0,1,0,0,-5],[1,0,0,0,5],[1,1,0,0,-5]];perimeter=orthogonalPerimeter;outlineConnect=0;targetShapes=umlLifeline;portConstraint=eastwest;newEdgeStyle={&quot;curved&quot;:0,&quot;rounded&quot;:0};fillColor=#1ba1e2;fontColor=#ffffff;strokeColor=#006EAF;" value="" vertex="1">
          <mxGeometry height="120" width="10" x="120" y="40" as="geometry" />
        </mxCell>
        <mxCell id="8daXr4uBHaKk01EAT18p-34" edge="1" parent="1" source="8daXr4uBHaKk01EAT18p-2" style="edgeStyle=orthogonalEdgeStyle;rounded=0;orthogonalLoop=1;jettySize=auto;html=1;curved=0;endArrow=classicThin;endFill=1;" target="8daXr4uBHaKk01EAT18p-4" value="">
          <mxGeometry relative="1" as="geometry" />
        </mxCell>
        <mxCell id="8daXr4uBHaKk01EAT18p-2" parent="1" style="html=1;points=[[0,0,0,0,5],[0,1,0,0,-5],[1,0,0,0,5],[1,1,0,0,-5]];perimeter=orthogonalPerimeter;outlineConnect=0;targetShapes=umlLifeline;portConstraint=eastwest;newEdgeStyle={&quot;curved&quot;:0,&quot;rounded&quot;:0};fillColor=#60a917;fontColor=#ffffff;strokeColor=#2D7600;" value="" vertex="1">
          <mxGeometry height="120" width="10" x="150" y="40" as="geometry" />
        </mxCell>
        <mxCell id="8daXr4uBHaKk01EAT18p-35" edge="1" parent="1" source="8daXr4uBHaKk01EAT18p-4" style="edgeStyle=orthogonalEdgeStyle;rounded=0;orthogonalLoop=1;jettySize=auto;html=1;curved=0;endArrow=classicThin;endFill=1;" target="8daXr4uBHaKk01EAT18p-7" value="">
          <mxGeometry relative="1" as="geometry" />
        </mxCell>
        <mxCell id="8daXr4uBHaKk01EAT18p-4" parent="1" style="html=1;points=[[0,0,0,0,5],[0,1,0,0,-5],[1,0,0,0,5],[1,1,0,0,-5]];perimeter=orthogonalPerimeter;outlineConnect=0;targetShapes=umlLifeline;portConstraint=eastwest;newEdgeStyle={&quot;curved&quot;:0,&quot;rounded&quot;:0};fillColor=#1ba1e2;fontColor=#ffffff;strokeColor=#006EAF;" value="" vertex="1">
          <mxGeometry height="100" width="10" x="190" y="50" as="geometry" />
        </mxCell>
        <mxCell id="8daXr4uBHaKk01EAT18p-36" edge="1" parent="1" source="8daXr4uBHaKk01EAT18p-7" style="edgeStyle=orthogonalEdgeStyle;rounded=0;orthogonalLoop=1;jettySize=auto;html=1;curved=0;endArrow=classicThin;endFill=1;" target="8daXr4uBHaKk01EAT18p-9" value="">
          <mxGeometry relative="1" as="geometry" />
        </mxCell>
        <mxCell id="8daXr4uBHaKk01EAT18p-7" parent="1" style="html=1;points=[[0,0,0,0,5],[0,1,0,0,-5],[1,0,0,0,5],[1,1,0,0,-5]];perimeter=orthogonalPerimeter;outlineConnect=0;targetShapes=umlLifeline;portConstraint=eastwest;newEdgeStyle={&quot;curved&quot;:0,&quot;rounded&quot;:0};fillColor=#60a917;fontColor=#ffffff;strokeColor=#2D7600;" value="" vertex="1">
          <mxGeometry height="100" width="10" x="220" y="50" as="geometry" />
        </mxCell>
        <mxCell id="8daXr4uBHaKk01EAT18p-38" edge="1" parent="1" source="8daXr4uBHaKk01EAT18p-9" style="edgeStyle=orthogonalEdgeStyle;rounded=0;orthogonalLoop=1;jettySize=auto;html=1;curved=0;endArrow=classicThin;endFill=1;" target="8daXr4uBHaKk01EAT18p-10" value="">
          <mxGeometry relative="1" as="geometry" />
        </mxCell>
        <mxCell id="8daXr4uBHaKk01EAT18p-9" parent="1" style="html=1;points=[[0,0,0,0,5],[0,1,0,0,-5],[1,0,0,0,5],[1,1,0,0,-5]];perimeter=orthogonalPerimeter;outlineConnect=0;targetShapes=umlLifeline;portConstraint=eastwest;newEdgeStyle={&quot;curved&quot;:0,&quot;rounded&quot;:0};fillColor=#1ba1e2;fontColor=#ffffff;strokeColor=#006EAF;" value="" vertex="1">
          <mxGeometry height="80" width="10" x="260" y="60" as="geometry" />
        </mxCell>
        <mxCell id="8daXr4uBHaKk01EAT18p-37" edge="1" parent="1" source="8daXr4uBHaKk01EAT18p-10" style="edgeStyle=orthogonalEdgeStyle;rounded=0;orthogonalLoop=1;jettySize=auto;html=1;curved=0;endArrow=classicThin;endFill=1;" target="8daXr4uBHaKk01EAT18p-13" value="">
          <mxGeometry relative="1" as="geometry" />
        </mxCell>
        <mxCell id="8daXr4uBHaKk01EAT18p-10" parent="1" style="html=1;points=[[0,0,0,0,5],[0,1,0,0,-5],[1,0,0,0,5],[1,1,0,0,-5]];perimeter=orthogonalPerimeter;outlineConnect=0;targetShapes=umlLifeline;portConstraint=eastwest;newEdgeStyle={&quot;curved&quot;:0,&quot;rounded&quot;:0};fillColor=#60a917;fontColor=#ffffff;strokeColor=#2D7600;" value="" vertex="1">
          <mxGeometry height="80" width="10" x="290" y="60" as="geometry" />
        </mxCell>
        <mxCell id="8daXr4uBHaKk01EAT18p-40" edge="1" parent="1" source="8daXr4uBHaKk01EAT18p-13" style="edgeStyle=orthogonalEdgeStyle;rounded=0;orthogonalLoop=1;jettySize=auto;html=1;curved=0;endArrow=classicThin;endFill=1;" target="8daXr4uBHaKk01EAT18p-14" value="">
          <mxGeometry relative="1" as="geometry" />
        </mxCell>
        <mxCell id="8daXr4uBHaKk01EAT18p-13" parent="1" style="html=1;points=[[0,0,0,0,5],[0,1,0,0,-5],[1,0,0,0,5],[1,1,0,0,-5]];perimeter=orthogonalPerimeter;outlineConnect=0;targetShapes=umlLifeline;portConstraint=eastwest;newEdgeStyle={&quot;curved&quot;:0,&quot;rounded&quot;:0};fillColor=#1ba1e2;fontColor=#ffffff;strokeColor=#006EAF;" value="" vertex="1">
          <mxGeometry height="60" width="10" x="330" y="70" as="geometry" />
        </mxCell>
        <mxCell id="8daXr4uBHaKk01EAT18p-14" parent="1" style="html=1;points=[[0,0,0,0,5],[0,1,0,0,-5],[1,0,0,0,5],[1,1,0,0,-5]];perimeter=orthogonalPerimeter;outlineConnect=0;targetShapes=umlLifeline;portConstraint=eastwest;newEdgeStyle={&quot;curved&quot;:0,&quot;rounded&quot;:0};fillColor=#60a917;fontColor=#ffffff;strokeColor=#2D7600;" value="" vertex="1">
          <mxGeometry height="60" width="10" x="360" y="70" as="geometry" />
        </mxCell>
        <mxCell id="8daXr4uBHaKk01EAT18p-41" edge="1" parent="1" source="8daXr4uBHaKk01EAT18p-42" style="edgeStyle=orthogonalEdgeStyle;rounded=0;orthogonalLoop=1;jettySize=auto;html=1;curved=0;strokeWidth=1;endArrow=classicThin;endFill=1;" target="8daXr4uBHaKk01EAT18p-44" value="">
          <mxGeometry relative="1" as="geometry" />
        </mxCell>
        <mxCell id="8daXr4uBHaKk01EAT18p-42" parent="1" style="html=1;points=[[0,0,0,0,5],[0,1,0,0,-5],[1,0,0,0,5],[1,1,0,0,-5]];perimeter=orthogonalPerimeter;outlineConnect=0;targetShapes=umlLifeline;portConstraint=eastwest;newEdgeStyle={&quot;curved&quot;:0,&quot;rounded&quot;:0};fillColor=#1ba1e2;fontColor=#ffffff;strokeColor=#006EAF;" value="" vertex="1">
          <mxGeometry height="120" width="10" x="120" y="320" as="geometry" />
        </mxCell>
        <mxCell id="8daXr4uBHaKk01EAT18p-43" edge="1" parent="1" source="8daXr4uBHaKk01EAT18p-44" style="edgeStyle=orthogonalEdgeStyle;rounded=0;orthogonalLoop=1;jettySize=auto;html=1;curved=0;endArrow=classicThin;endFill=1;" target="8daXr4uBHaKk01EAT18p-46" value="">
          <mxGeometry relative="1" as="geometry" />
        </mxCell>
        <mxCell id="8daXr4uBHaKk01EAT18p-44" parent="1" style="html=1;points=[[0,0,0,0,5],[0,1,0,0,-5],[1,0,0,0,5],[1,1,0,0,-5]];perimeter=orthogonalPerimeter;outlineConnect=0;targetShapes=umlLifeline;portConstraint=eastwest;newEdgeStyle={&quot;curved&quot;:0,&quot;rounded&quot;:0};fillColor=#60a917;fontColor=#ffffff;strokeColor=#2D7600;" value="" vertex="1">
          <mxGeometry height="120" width="10" x="150" y="320" as="geometry" />
        </mxCell>
        <mxCell id="8daXr4uBHaKk01EAT18p-45" edge="1" parent="1" source="8daXr4uBHaKk01EAT18p-46" style="edgeStyle=orthogonalEdgeStyle;rounded=0;orthogonalLoop=1;jettySize=auto;html=1;curved=0;endArrow=classicThin;endFill=1;" target="8daXr4uBHaKk01EAT18p-48" value="">
          <mxGeometry relative="1" as="geometry" />
        </mxCell>
        <mxCell id="8daXr4uBHaKk01EAT18p-46" parent="1" style="html=1;points=[[0,0,0,0,5],[0,1,0,0,-5],[1,0,0,0,5],[1,1,0,0,-5]];perimeter=orthogonalPerimeter;outlineConnect=0;targetShapes=umlLifeline;portConstraint=eastwest;newEdgeStyle={&quot;curved&quot;:0,&quot;rounded&quot;:0};fillColor=#1ba1e2;fontColor=#ffffff;strokeColor=#006EAF;" value="" vertex="1">
          <mxGeometry height="100" width="10" x="190" y="330" as="geometry" />
        </mxCell>
        <mxCell id="8daXr4uBHaKk01EAT18p-47" edge="1" parent="1" source="8daXr4uBHaKk01EAT18p-48" style="edgeStyle=orthogonalEdgeStyle;rounded=0;orthogonalLoop=1;jettySize=auto;html=1;curved=0;endArrow=classicThin;endFill=1;" target="8daXr4uBHaKk01EAT18p-50" value="">
          <mxGeometry relative="1" as="geometry" />
        </mxCell>
        <mxCell id="8daXr4uBHaKk01EAT18p-48" parent="1" style="html=1;points=[[0,0,0,0,5],[0,1,0,0,-5],[1,0,0,0,5],[1,1,0,0,-5]];perimeter=orthogonalPerimeter;outlineConnect=0;targetShapes=umlLifeline;portConstraint=eastwest;newEdgeStyle={&quot;curved&quot;:0,&quot;rounded&quot;:0};fillColor=#60a917;fontColor=#ffffff;strokeColor=#2D7600;" value="" vertex="1">
          <mxGeometry height="100" width="10" x="220" y="330" as="geometry" />
        </mxCell>
        <mxCell id="8daXr4uBHaKk01EAT18p-49" edge="1" parent="1" source="8daXr4uBHaKk01EAT18p-50" style="edgeStyle=orthogonalEdgeStyle;rounded=0;orthogonalLoop=1;jettySize=auto;html=1;curved=0;endArrow=classicThin;endFill=1;" target="8daXr4uBHaKk01EAT18p-52" value="">
          <mxGeometry relative="1" as="geometry" />
        </mxCell>
        <mxCell id="8daXr4uBHaKk01EAT18p-50" parent="1" style="html=1;points=[[0,0,0,0,5],[0,1,0,0,-5],[1,0,0,0,5],[1,1,0,0,-5]];perimeter=orthogonalPerimeter;outlineConnect=0;targetShapes=umlLifeline;portConstraint=eastwest;newEdgeStyle={&quot;curved&quot;:0,&quot;rounded&quot;:0};fillColor=#1ba1e2;fontColor=#ffffff;strokeColor=#006EAF;" value="" vertex="1">
          <mxGeometry height="80" width="10" x="260" y="340" as="geometry" />
        </mxCell>
        <mxCell id="8daXr4uBHaKk01EAT18p-51" edge="1" parent="1" source="8daXr4uBHaKk01EAT18p-52" style="edgeStyle=orthogonalEdgeStyle;rounded=0;orthogonalLoop=1;jettySize=auto;html=1;curved=0;endArrow=classicThin;endFill=1;" target="8daXr4uBHaKk01EAT18p-54" value="">
          <mxGeometry relative="1" as="geometry" />
        </mxCell>
        <mxCell id="8daXr4uBHaKk01EAT18p-52" parent="1" style="html=1;points=[[0,0,0,0,5],[0,1,0,0,-5],[1,0,0,0,5],[1,1,0,0,-5]];perimeter=orthogonalPerimeter;outlineConnect=0;targetShapes=umlLifeline;portConstraint=eastwest;newEdgeStyle={&quot;curved&quot;:0,&quot;rounded&quot;:0};fillColor=#60a917;fontColor=#ffffff;strokeColor=#2D7600;" value="" vertex="1">
          <mxGeometry height="80" width="10" x="290" y="340" as="geometry" />
        </mxCell>
        <mxCell id="8daXr4uBHaKk01EAT18p-53" edge="1" parent="1" source="8daXr4uBHaKk01EAT18p-54" style="edgeStyle=orthogonalEdgeStyle;rounded=0;orthogonalLoop=1;jettySize=auto;html=1;curved=0;endArrow=classicThin;endFill=1;" target="8daXr4uBHaKk01EAT18p-55" value="">
          <mxGeometry relative="1" as="geometry" />
        </mxCell>
        <mxCell id="8daXr4uBHaKk01EAT18p-54" parent="1" style="html=1;points=[[0,0,0,0,5],[0,1,0,0,-5],[1,0,0,0,5],[1,1,0,0,-5]];perimeter=orthogonalPerimeter;outlineConnect=0;targetShapes=umlLifeline;portConstraint=eastwest;newEdgeStyle={&quot;curved&quot;:0,&quot;rounded&quot;:0};fillColor=#1ba1e2;fontColor=#ffffff;strokeColor=#006EAF;" value="" vertex="1">
          <mxGeometry height="60" width="10" x="330" y="350" as="geometry" />
        </mxCell>
        <mxCell id="8daXr4uBHaKk01EAT18p-58" edge="1" parent="1" source="8daXr4uBHaKk01EAT18p-55" style="edgeStyle=orthogonalEdgeStyle;rounded=0;orthogonalLoop=1;jettySize=auto;html=1;curved=0;endArrow=classicThin;endFill=1;" target="8daXr4uBHaKk01EAT18p-56" value="">
          <mxGeometry relative="1" as="geometry" />
        </mxCell>
        <mxCell id="8daXr4uBHaKk01EAT18p-55" parent="1" style="html=1;points=[[0,0,0,0,5],[0,1,0,0,-5],[1,0,0,0,5],[1,1,0,0,-5]];perimeter=orthogonalPerimeter;outlineConnect=0;targetShapes=umlLifeline;portConstraint=eastwest;newEdgeStyle={&quot;curved&quot;:0,&quot;rounded&quot;:0};fillColor=#60a917;fontColor=#ffffff;strokeColor=#2D7600;" value="" vertex="1">
          <mxGeometry height="60" width="10" x="360" y="350" as="geometry" />
        </mxCell>
        <mxCell id="8daXr4uBHaKk01EAT18p-66" edge="1" parent="1" source="8daXr4uBHaKk01EAT18p-56" style="edgeStyle=orthogonalEdgeStyle;rounded=0;orthogonalLoop=1;jettySize=auto;html=1;curved=0;endArrow=classicThin;endFill=1;" target="8daXr4uBHaKk01EAT18p-59" value="">
          <mxGeometry relative="1" as="geometry" />
        </mxCell>
        <mxCell id="8daXr4uBHaKk01EAT18p-56" parent="1" style="html=1;points=[[0,0,0,0,5],[0,1,0,0,-5],[1,0,0,0,5],[1,1,0,0,-5]];perimeter=orthogonalPerimeter;outlineConnect=0;targetShapes=umlLifeline;portConstraint=eastwest;newEdgeStyle={&quot;curved&quot;:0,&quot;rounded&quot;:0};fillColor=#1ba1e2;fontColor=#ffffff;strokeColor=#006EAF;" value="" vertex="1">
          <mxGeometry height="40" width="10" x="393" y="360" as="geometry" />
        </mxCell>
        <mxCell id="cjkqEoh7EcMHd3jgbWop-11" edge="1" parent="1" source="8daXr4uBHaKk01EAT18p-59" style="edgeStyle=orthogonalEdgeStyle;rounded=0;orthogonalLoop=1;jettySize=auto;html=1;curved=0;entryX=0.5;entryY=0;entryDx=0;entryDy=0;endArrow=classicThin;endFill=1;" target="bwXyOgaKMVZry6liIn7u-1" value="">
          <mxGeometry relative="1" as="geometry" />
        </mxCell>
        <mxCell id="8daXr4uBHaKk01EAT18p-59" parent="1" style="html=1;points=[[0,0,0,0,5],[0,1,0,0,-5],[1,0,0,0,5],[1,1,0,0,-5]];perimeter=orthogonalPerimeter;outlineConnect=0;targetShapes=umlLifeline;portConstraint=eastwest;newEdgeStyle={&quot;curved&quot;:0,&quot;rounded&quot;:0};fillColor=light-dark(#6A00FF,#FFF070);fontColor=#ffffff;strokeColor=#3700CC;" value="" vertex="1">
          <mxGeometry height="60" width="10" x="417" y="350" as="geometry" />
        </mxCell>
        <mxCell id="8daXr4uBHaKk01EAT18p-69" edge="1" parent="1" source="8daXr4uBHaKk01EAT18p-60" style="edgeStyle=orthogonalEdgeStyle;rounded=0;orthogonalLoop=1;jettySize=auto;html=1;curved=0;endArrow=classicThin;endFill=1;" target="8daXr4uBHaKk01EAT18p-61" value="">
          <mxGeometry relative="1" as="geometry" />
        </mxCell>
        <mxCell id="8daXr4uBHaKk01EAT18p-60" parent="1" style="html=1;points=[[0,0,0,0,5],[0,1,0,0,-5],[1,0,0,0,5],[1,1,0,0,-5]];perimeter=orthogonalPerimeter;outlineConnect=0;targetShapes=umlLifeline;portConstraint=eastwest;newEdgeStyle={&quot;curved&quot;:0,&quot;rounded&quot;:0};fillColor=#1ba1e2;fontColor=#ffffff;strokeColor=#006EAF;" value="" vertex="1">
          <mxGeometry height="60" width="10" x="479.5" y="350" as="geometry" />
        </mxCell>
        <mxCell id="cjkqEoh7EcMHd3jgbWop-10" edge="1" parent="1" source="8daXr4uBHaKk01EAT18p-61" style="edgeStyle=orthogonalEdgeStyle;rounded=0;orthogonalLoop=1;jettySize=auto;html=1;curved=0;entryX=0.5;entryY=0;entryDx=0;entryDy=0;endArrow=classicThin;endFill=1;" target="cjkqEoh7EcMHd3jgbWop-1" value="">
          <mxGeometry relative="1" as="geometry" />
        </mxCell>
        <mxCell id="8daXr4uBHaKk01EAT18p-61" parent="1" style="html=1;points=[[0,0,0,0,5],[0,1,0,0,-5],[1,0,0,0,5],[1,1,0,0,-5]];perimeter=orthogonalPerimeter;outlineConnect=0;targetShapes=umlLifeline;portConstraint=eastwest;newEdgeStyle={&quot;curved&quot;:0,&quot;rounded&quot;:0};fillColor=light-dark(#6A00FF,#FFF070);fontColor=#ffffff;strokeColor=#3700CC;" value="" vertex="1">
          <mxGeometry height="80" width="10" x="509.5" y="340" as="geometry" />
        </mxCell>
        <mxCell id="cjkqEoh7EcMHd3jgbWop-12" edge="1" parent="1" source="8daXr4uBHaKk01EAT18p-62" style="edgeStyle=orthogonalEdgeStyle;rounded=0;orthogonalLoop=1;jettySize=auto;html=1;curved=0;endArrow=classicThin;endFill=1;" target="8daXr4uBHaKk01EAT18p-63" value="">
          <mxGeometry relative="1" as="geometry" />
        </mxCell>
        <mxCell id="8daXr4uBHaKk01EAT18p-62" parent="1" style="html=1;points=[[0,0,0,0,5],[0,1,0,0,-5],[1,0,0,0,5],[1,1,0,0,-5]];perimeter=orthogonalPerimeter;outlineConnect=0;targetShapes=umlLifeline;portConstraint=eastwest;newEdgeStyle={&quot;curved&quot;:0,&quot;rounded&quot;:0};fillColor=#1ba1e2;fontColor=#ffffff;strokeColor=#006EAF;" value="" vertex="1">
          <mxGeometry height="80" width="10" x="559.5" y="340" as="geometry" />
        </mxCell>
        <mxCell id="cjkqEoh7EcMHd3jgbWop-13" edge="1" parent="1" source="8daXr4uBHaKk01EAT18p-63" style="edgeStyle=orthogonalEdgeStyle;rounded=0;orthogonalLoop=1;jettySize=auto;html=1;curved=0;entryX=0.5;entryY=0;entryDx=0;entryDy=0;endArrow=classicThin;endFill=1;" target="cjkqEoh7EcMHd3jgbWop-2" value="">
          <mxGeometry relative="1" as="geometry" />
        </mxCell>
        <mxCell id="8daXr4uBHaKk01EAT18p-63" parent="1" style="html=1;points=[[0,0,0,0,5],[0,1,0,0,-5],[1,0,0,0,5],[1,1,0,0,-5]];perimeter=orthogonalPerimeter;outlineConnect=0;targetShapes=umlLifeline;portConstraint=eastwest;newEdgeStyle={&quot;curved&quot;:0,&quot;rounded&quot;:0};fillColor=light-dark(#6A00FF,#FFF070);fontColor=#ffffff;strokeColor=#3700CC;" value="" vertex="1">
          <mxGeometry height="100" width="10" x="589.5" y="330" as="geometry" />
        </mxCell>
        <mxCell id="8daXr4uBHaKk01EAT18p-73" edge="1" parent="1" source="8daXr4uBHaKk01EAT18p-64" style="edgeStyle=orthogonalEdgeStyle;rounded=0;orthogonalLoop=1;jettySize=auto;html=1;curved=0;endArrow=classicThin;endFill=1;" target="8daXr4uBHaKk01EAT18p-65" value="">
          <mxGeometry relative="1" as="geometry">
            <mxPoint x="749.5" y="380.0000000000001" as="targetPoint" />
          </mxGeometry>
        </mxCell>
        <mxCell id="8daXr4uBHaKk01EAT18p-64" parent="1" style="html=1;points=[[0,0,0,0,5],[0,1,0,0,-5],[1,0,0,0,5],[1,1,0,0,-5]];perimeter=orthogonalPerimeter;outlineConnect=0;targetShapes=umlLifeline;portConstraint=eastwest;newEdgeStyle={&quot;curved&quot;:0,&quot;rounded&quot;:0};fillColor=#1ba1e2;fontColor=#ffffff;strokeColor=#006EAF;" value="" vertex="1">
          <mxGeometry height="100" width="10" x="655.5" y="330" as="geometry" />
        </mxCell>
        <mxCell id="cjkqEoh7EcMHd3jgbWop-16" edge="1" parent="1" source="8daXr4uBHaKk01EAT18p-65" style="edgeStyle=orthogonalEdgeStyle;rounded=0;orthogonalLoop=1;jettySize=auto;html=1;curved=0;entryX=0.5;entryY=0;entryDx=0;entryDy=0;endArrow=classicThin;endFill=1;" target="cjkqEoh7EcMHd3jgbWop-3" value="">
          <mxGeometry relative="1" as="geometry" />
        </mxCell>
        <mxCell id="8daXr4uBHaKk01EAT18p-65" parent="1" style="html=1;points=[[0,0,0,0,5],[0,1,0,0,-5],[1,0,0,0,5],[1,1,0,0,-5]];perimeter=orthogonalPerimeter;outlineConnect=0;targetShapes=umlLifeline;portConstraint=eastwest;newEdgeStyle={&quot;curved&quot;:0,&quot;rounded&quot;:0};fillColor=light-dark(#6A00FF,#FFF070);fontColor=#ffffff;strokeColor=#3700CC;" value="" vertex="1">
          <mxGeometry height="120" width="10" x="683.5" y="320" as="geometry" />
        </mxCell>
        <mxCell id="8daXr4uBHaKk01EAT18p-75" parent="1" style="html=1;points=[[0,0,0,0,5],[0,1,0,0,-5],[1,0,0,0,5],[1,1,0,0,-5]];perimeter=orthogonalPerimeter;outlineConnect=0;targetShapes=umlLifeline;portConstraint=eastwest;newEdgeStyle={&quot;curved&quot;:0,&quot;rounded&quot;:0};fillColor=#1ba1e2;fontColor=#ffffff;strokeColor=#006EAF;" value="" vertex="1">
          <mxGeometry height="120" width="10" x="749.5" y="320" as="geometry" />
        </mxCell>
        <mxCell id="cjkqEoh7EcMHd3jgbWop-5" edge="1" parent="1" source="bwXyOgaKMVZry6liIn7u-1" style="edgeStyle=orthogonalEdgeStyle;rounded=0;orthogonalLoop=1;jettySize=auto;html=1;exitX=0.5;exitY=1;exitDx=0;exitDy=0;endArrow=classicThin;endFill=1;" target="8daXr4uBHaKk01EAT18p-60">
          <mxGeometry relative="1" as="geometry" />
        </mxCell>
        <mxCell id="bwXyOgaKMVZry6liIn7u-1" parent="1" style="rounded=0;whiteSpace=wrap;html=1;fontFamily=Times New Roman;rotation=-90;fontSize=13;" value="Слой внимания" vertex="1">
          <mxGeometry height="15" width="100" x="403" y="372.5" as="geometry" />
        </mxCell>
        <mxCell id="cjkqEoh7EcMHd3jgbWop-6" edge="1" parent="1" source="cjkqEoh7EcMHd3jgbWop-1" style="edgeStyle=orthogonalEdgeStyle;rounded=0;orthogonalLoop=1;jettySize=auto;html=1;exitX=0.5;exitY=1;exitDx=0;exitDy=0;endArrow=classicThin;endFill=1;" target="8daXr4uBHaKk01EAT18p-62">
          <mxGeometry relative="1" as="geometry" />
        </mxCell>
        <mxCell id="cjkqEoh7EcMHd3jgbWop-1" parent="1" style="rounded=0;whiteSpace=wrap;html=1;fontFamily=Times New Roman;rotation=-90;fontSize=13;" value="Слой внимания" vertex="1">
          <mxGeometry height="15" width="100" x="489.5" y="372.5" as="geometry" />
        </mxCell>
        <mxCell id="cjkqEoh7EcMHd3jgbWop-15" edge="1" parent="1" source="cjkqEoh7EcMHd3jgbWop-2" style="edgeStyle=orthogonalEdgeStyle;rounded=0;orthogonalLoop=1;jettySize=auto;html=1;exitX=0.5;exitY=1;exitDx=0;exitDy=0;endArrow=classicThin;endFill=1;" target="8daXr4uBHaKk01EAT18p-64">
          <mxGeometry relative="1" as="geometry" />
        </mxCell>
        <mxCell id="cjkqEoh7EcMHd3jgbWop-2" parent="1" style="rounded=0;whiteSpace=wrap;html=1;fontFamily=Times New Roman;rotation=-90;fontSize=13;" value="Слой внимания" vertex="1">
          <mxGeometry height="15" width="100" x="579.5" y="372.5" as="geometry" />
        </mxCell>
        <mxCell id="cjkqEoh7EcMHd3jgbWop-9" edge="1" parent="1" source="cjkqEoh7EcMHd3jgbWop-3" style="edgeStyle=orthogonalEdgeStyle;rounded=0;orthogonalLoop=1;jettySize=auto;html=1;exitX=0.5;exitY=1;exitDx=0;exitDy=0;endArrow=classicThin;endFill=1;" target="8daXr4uBHaKk01EAT18p-75">
          <mxGeometry relative="1" as="geometry">
            <mxPoint x="769.5" y="377.71428571428567" as="targetPoint" />
          </mxGeometry>
        </mxCell>
        <mxCell id="cjkqEoh7EcMHd3jgbWop-3" parent="1" style="rounded=0;whiteSpace=wrap;html=1;fontFamily=Times New Roman;rotation=-90;fontSize=13;" value="Слой внимания" vertex="1">
          <mxGeometry height="15" width="100" x="669.5" y="372.5" as="geometry" />
        </mxCell>
        <mxCell id="VoEnGIj5c5jQpnvZUe2X-6" edge="1" parent="1" source="VoEnGIj5c5jQpnvZUe2X-1" style="edgeStyle=orthogonalEdgeStyle;rounded=0;orthogonalLoop=1;jettySize=auto;html=1;exitX=0;exitY=0.5;exitDx=0;exitDy=0;endArrow=classicThin;endFill=1;" target="8daXr4uBHaKk01EAT18p-46">
          <mxGeometry relative="1" as="geometry">
            <Array as="points">
              <mxPoint x="170" y="290" />
              <mxPoint x="170" y="380" />
            </Array>
          </mxGeometry>
        </mxCell>
        <mxCell id="VoEnGIj5c5jQpnvZUe2X-15" edge="1" parent="1" source="VoEnGIj5c5jQpnvZUe2X-1" style="edgeStyle=orthogonalEdgeStyle;rounded=0;orthogonalLoop=1;jettySize=auto;html=1;exitX=1;exitY=0.5;exitDx=0;exitDy=0;startArrow=classicThin;startFill=1;endArrow=none;endFill=0;" target="8daXr4uBHaKk01EAT18p-2">
          <mxGeometry relative="1" as="geometry">
            <Array as="points">
              <mxPoint x="170" y="100" />
            </Array>
          </mxGeometry>
        </mxCell>
        <mxCell id="VoEnGIj5c5jQpnvZUe2X-1" parent="1" style="rounded=0;whiteSpace=wrap;html=1;fontFamily=Times New Roman;rotation=-90;fontSize=13;" value="&lt;font&gt;Слой адаптации признаков&lt;/font&gt;" vertex="1">
          <mxGeometry height="30" width="120" x="110" y="215" as="geometry" />
        </mxCell>
        <mxCell id="VoEnGIj5c5jQpnvZUe2X-7" edge="1" parent="1" source="VoEnGIj5c5jQpnvZUe2X-3" style="edgeStyle=orthogonalEdgeStyle;rounded=0;orthogonalLoop=1;jettySize=auto;html=1;exitX=0;exitY=0.5;exitDx=0;exitDy=0;endArrow=classicThin;endFill=1;" target="8daXr4uBHaKk01EAT18p-50">
          <mxGeometry relative="1" as="geometry">
            <Array as="points">
              <mxPoint x="240" y="380" />
            </Array>
          </mxGeometry>
        </mxCell>
        <mxCell id="VoEnGIj5c5jQpnvZUe2X-3" parent="1" style="rounded=0;whiteSpace=wrap;html=1;fontFamily=Times New Roman;rotation=-90;fontSize=13;" value="&lt;font&gt;Слой адаптации признаков&lt;/font&gt;" vertex="1">
          <mxGeometry height="30" width="120" x="180" y="215" as="geometry" />
        </mxCell>
        <mxCell id="VoEnGIj5c5jQpnvZUe2X-8" edge="1" parent="1" source="VoEnGIj5c5jQpnvZUe2X-4" style="edgeStyle=orthogonalEdgeStyle;rounded=0;orthogonalLoop=1;jettySize=auto;html=1;exitX=0;exitY=0.5;exitDx=0;exitDy=0;endArrow=classicThin;endFill=1;" target="8daXr4uBHaKk01EAT18p-54">
          <mxGeometry relative="1" as="geometry">
            <Array as="points">
              <mxPoint x="310" y="290" />
              <mxPoint x="310" y="380" />
            </Array>
          </mxGeometry>
        </mxCell>
        <mxCell id="VoEnGIj5c5jQpnvZUe2X-4" parent="1" style="rounded=0;whiteSpace=wrap;html=1;fontFamily=Times New Roman;rotation=-90;fontSize=13;" value="&lt;font&gt;Слой адаптации признаков&lt;/font&gt;" vertex="1">
          <mxGeometry height="30" width="120" x="250" y="215" as="geometry" />
        </mxCell>
        <mxCell id="VoEnGIj5c5jQpnvZUe2X-14" edge="1" parent="1" source="VoEnGIj5c5jQpnvZUe2X-5" style="edgeStyle=orthogonalEdgeStyle;rounded=0;orthogonalLoop=1;jettySize=auto;html=1;exitX=0;exitY=0.5;exitDx=0;exitDy=0;" target="8daXr4uBHaKk01EAT18p-56">
          <mxGeometry relative="1" as="geometry">
            <Array as="points">
              <mxPoint x="380" y="380" />
            </Array>
          </mxGeometry>
        </mxCell>
        <mxCell id="VoEnGIj5c5jQpnvZUe2X-5" parent="1" style="rounded=0;whiteSpace=wrap;html=1;fontFamily=Times New Roman;rotation=-90;fontSize=13;" value="&lt;font&gt;Слой адаптации признаков&lt;/font&gt;" vertex="1">
          <mxGeometry height="30" width="120" x="320" y="215" as="geometry" />
        </mxCell>
        <mxCell id="VoEnGIj5c5jQpnvZUe2X-16" edge="1" parent="1" style="edgeStyle=orthogonalEdgeStyle;rounded=0;orthogonalLoop=1;jettySize=auto;html=1;exitX=1;exitY=0.5;exitDx=0;exitDy=0;startArrow=classicThin;startFill=1;endArrow=none;endFill=0;">
          <mxGeometry relative="1" as="geometry">
            <Array as="points">
              <mxPoint x="240" y="100" />
            </Array>
            <mxPoint x="240" y="170" as="sourcePoint" />
            <mxPoint x="230" y="100" as="targetPoint" />
          </mxGeometry>
        </mxCell>
        <mxCell id="VoEnGIj5c5jQpnvZUe2X-17" edge="1" parent="1" style="edgeStyle=orthogonalEdgeStyle;rounded=0;orthogonalLoop=1;jettySize=auto;html=1;exitX=1;exitY=0.5;exitDx=0;exitDy=0;startArrow=classicThin;startFill=1;endArrow=none;endFill=0;">
          <mxGeometry relative="1" as="geometry">
            <Array as="points">
              <mxPoint x="310" y="100" />
            </Array>
            <mxPoint x="310" y="170" as="sourcePoint" />
            <mxPoint x="300" y="100" as="targetPoint" />
          </mxGeometry>
        </mxCell>
        <mxCell id="VoEnGIj5c5jQpnvZUe2X-18" edge="1" parent="1" style="edgeStyle=orthogonalEdgeStyle;rounded=0;orthogonalLoop=1;jettySize=auto;html=1;exitX=1;exitY=0.5;exitDx=0;exitDy=0;startArrow=classicThin;startFill=1;endArrow=none;endFill=0;">
          <mxGeometry relative="1" as="geometry">
            <Array as="points">
              <mxPoint x="380" y="100" />
            </Array>
            <mxPoint x="380" y="170" as="sourcePoint" />
            <mxPoint x="370" y="100" as="targetPoint" />
          </mxGeometry>
        </mxCell>
        <mxCell id="94-VbdDaOPCBQgJY7Qs1-2" edge="1" parent="1" source="94-VbdDaOPCBQgJY7Qs1-1" style="edgeStyle=orthogonalEdgeStyle;rounded=0;orthogonalLoop=1;jettySize=auto;html=1;exitX=1;exitY=0.5;exitDx=0;exitDy=0;" target="8daXr4uBHaKk01EAT18p-1">
          <mxGeometry relative="1" as="geometry" />
        </mxCell>
        <mxCell id="94-VbdDaOPCBQgJY7Qs1-1" parent="1" style="rounded=0;whiteSpace=wrap;html=1;fontFamily=Times New Roman;" value="Карта шумовых признаков" vertex="1">
          <mxGeometry height="60" width="90" x="10" y="70" as="geometry" />
        </mxCell>
        <mxCell id="_dm6HBjHeGQdMWRJrna0-2" edge="1" parent="1" source="_dm6HBjHeGQdMWRJrna0-1" style="edgeStyle=orthogonalEdgeStyle;rounded=0;orthogonalLoop=1;jettySize=auto;html=1;exitX=1;exitY=0.5;exitDx=0;exitDy=0;" target="8daXr4uBHaKk01EAT18p-42">
          <mxGeometry relative="1" as="geometry" />
        </mxCell>
        <mxCell id="_dm6HBjHeGQdMWRJrna0-1" parent="1" style="rounded=0;whiteSpace=wrap;html=1;fontFamily=Times New Roman;fontSize=12;" value="&lt;font&gt;Нормализованное изображение&lt;/font&gt;" vertex="1">
          <mxGeometry height="60" width="100" y="350" as="geometry" />
        </mxCell>
        <mxCell id="_dm6HBjHeGQdMWRJrna0-6" parent="1" style="html=1;points=[[0,0,0,0,5],[0,1,0,0,-5],[1,0,0,0,5],[1,1,0,0,-5]];perimeter=orthogonalPerimeter;outlineConnect=0;targetShapes=umlLifeline;portConstraint=eastwest;newEdgeStyle={&quot;curved&quot;:0,&quot;rounded&quot;:0};fillColor=#1ba1e2;fontColor=#ffffff;strokeColor=#006EAF;" value="" vertex="1">
          <mxGeometry height="60" width="10" x="519.5" y="40" as="geometry" />
        </mxCell>
        <mxCell id="_dm6HBjHeGQdMWRJrna0-7" parent="1" style="html=1;points=[[0,0,0,0,5],[0,1,0,0,-5],[1,0,0,0,5],[1,1,0,0,-5]];perimeter=orthogonalPerimeter;outlineConnect=0;targetShapes=umlLifeline;portConstraint=eastwest;newEdgeStyle={&quot;curved&quot;:0,&quot;rounded&quot;:0};fillColor=#60a917;fontColor=#ffffff;strokeColor=#2D7600;" value="" vertex="1">
          <mxGeometry height="60" width="10" x="519.5" y="110" as="geometry" />
        </mxCell>
        <mxCell id="_dm6HBjHeGQdMWRJrna0-8" parent="1" style="html=1;points=[[0,0,0,0,5],[0,1,0,0,-5],[1,0,0,0,5],[1,1,0,0,-5]];perimeter=orthogonalPerimeter;outlineConnect=0;targetShapes=umlLifeline;portConstraint=eastwest;newEdgeStyle={&quot;curved&quot;:0,&quot;rounded&quot;:0};fillColor=light-dark(#6A00FF,#FFF070);fontColor=#ffffff;strokeColor=#3700CC;" value="" vertex="1">
          <mxGeometry height="60" width="10" x="519.5" y="185" as="geometry" />
        </mxCell>
        <mxCell id="_dm6HBjHeGQdMWRJrna0-9" parent="1" style="text;html=1;whiteSpace=wrap;strokeColor=none;fillColor=none;align=center;verticalAlign=middle;rounded=0;fontSize=14;fontFamily=Times New Roman;" value="&lt;span style=&quot;&quot;&gt;&lt;font style=&quot;font-size: 16px;&quot;&gt;Блок свертки&lt;/font&gt;&lt;/span&gt;" vertex="1">
          <mxGeometry height="30" width="120" x="529.5" y="55" as="geometry" />
        </mxCell>
        <mxCell id="pYlMOHZqyHbycdixDB_S-1" parent="1" style="text;html=1;whiteSpace=wrap;strokeColor=none;fillColor=none;align=center;verticalAlign=middle;rounded=0;fontSize=14;fontFamily=Times New Roman;" value="&lt;font&gt;Слой увеличения размерности&lt;/font&gt;" vertex="1">
          <mxGeometry height="45" width="190" x="540" y="192.5" as="geometry" />
        </mxCell>
        <mxCell id="pYlMOHZqyHbycdixDB_S-2" parent="1" style="text;html=1;whiteSpace=wrap;strokeColor=none;fillColor=none;align=center;verticalAlign=middle;rounded=0;fontSize=14;fontFamily=Times New Roman;" value="&lt;font&gt;Слой&amp;nbsp;уменьшения размерности&lt;/font&gt;" vertex="1">
          <mxGeometry height="45" width="190" x="540" y="117.5" as="geometry" />
        </mxCell>
        <mxCell id="pYlMOHZqyHbycdixDB_S-3" parent="1" style="rounded=0;whiteSpace=wrap;html=1;fillColor=none;" value="" vertex="1">
          <mxGeometry height="230" width="250" x="489.5" y="25" as="geometry" />
        </mxCell>
      </root>
    </mxGraphModel>
  </diagram>
</mxfile>
